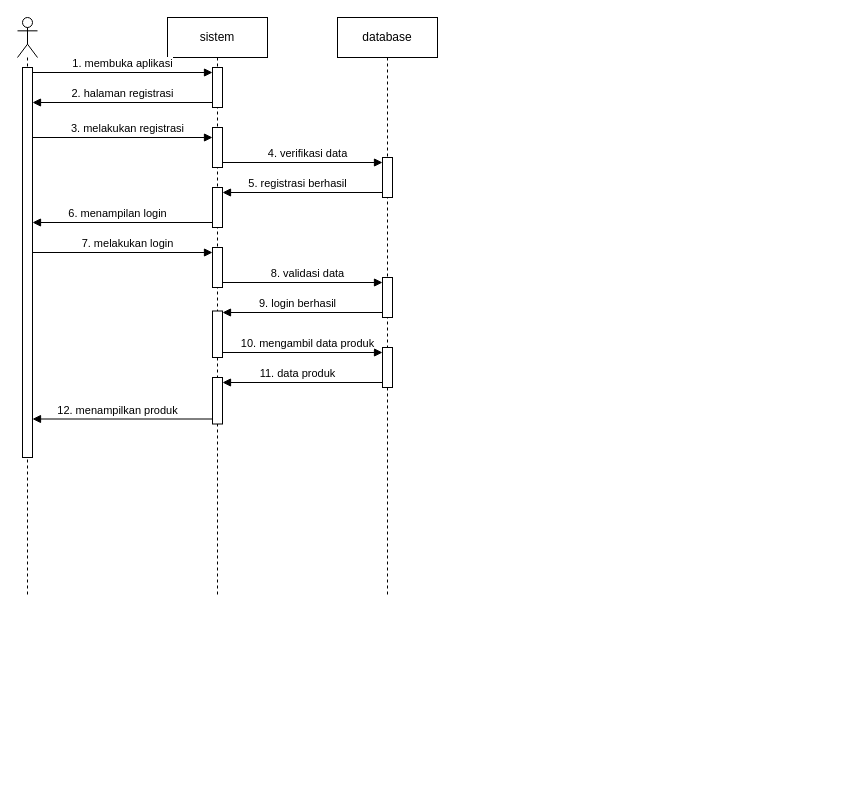
Above: Sequence-Diagram-Ecommerce-Elektronik.drawio in zerocode0806/Flowchart-E-Comerce-Elektronik (draw.io), before the change. Source tidied: cells renumbered, new cells numbered last; positions are measured from the earlier drawing's top-left corner, leaving out a move shared by most shapes. Both pictures are drawn from the tidied source at 100%, with x=0, y=0 at pixel (17, 17).
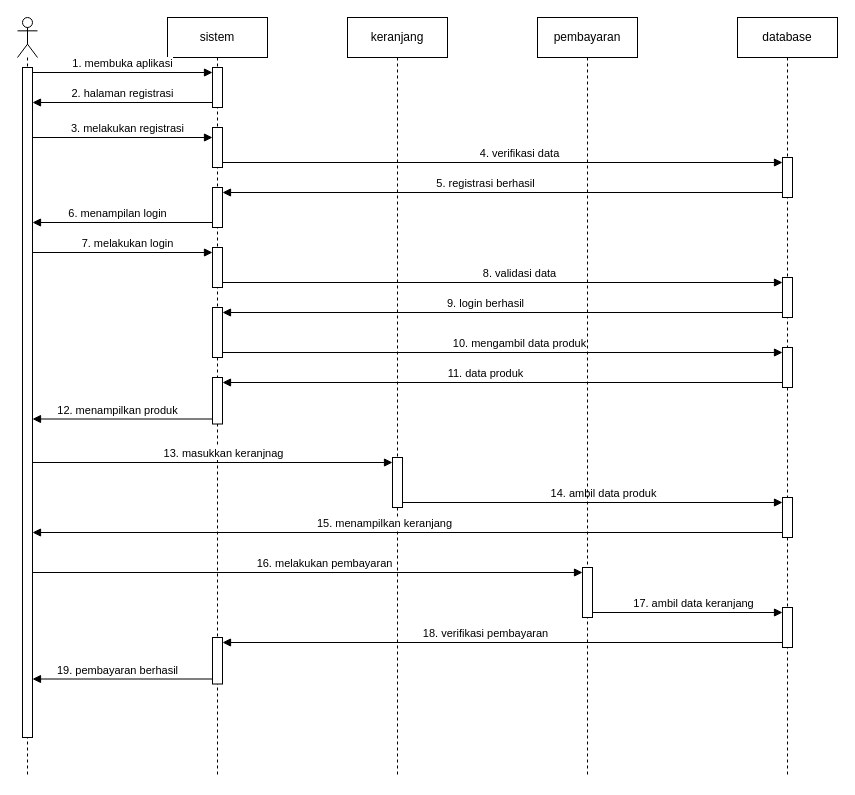
The same page after the edit.

Unchanged cells that the change refers to:
```xml
<mxCell id="7" style="html=1;points=[[0,0,0,0,5],[0,1,0,0,-5],[1,0,0,0,5],[1,1,0,0,-5]];perimeter=orthogonalPerimeter;outlineConnect=0;targetShapes=umlLifeline;portConstraint=eastwest;newEdgeStyle={&quot;curved&quot;:0,&quot;rounded&quot;:0};" parent="2" vertex="1">
  <mxGeometry x="45" y="230" width="10" height="40" as="geometry" />
</mxCell>
<mxCell id="9" style="html=1;points=[[0,0,0,0,5],[0,1,0,0,-5],[1,0,0,0,5],[1,1,0,0,-5]];perimeter=orthogonalPerimeter;outlineConnect=0;targetShapes=umlLifeline;portConstraint=eastwest;newEdgeStyle={&quot;curved&quot;:0,&quot;rounded&quot;:0};" parent="2" vertex="1">
  <mxGeometry x="45" y="360" width="10" height="46.5" as="geometry" />
</mxCell>
<mxCell id="16" style="html=1;points=[[0,0,0,0,5],[0,1,0,0,-5],[1,0,0,0,5],[1,1,0,0,-5]];perimeter=orthogonalPerimeter;outlineConnect=0;targetShapes=umlLifeline;portConstraint=eastwest;newEdgeStyle={&quot;curved&quot;:0,&quot;rounded&quot;:0};" parent="14" vertex="1">
  <mxGeometry x="45" y="260" width="10" height="40" as="geometry" />
</mxCell>
<mxCell id="19" style="html=1;points=[[0,0,0,0,5],[0,1,0,0,-5],[1,0,0,0,5],[1,1,0,0,-5]];perimeter=orthogonalPerimeter;outlineConnect=0;targetShapes=umlLifeline;portConstraint=eastwest;newEdgeStyle={&quot;curved&quot;:0,&quot;rounded&quot;:0};" parent="14" vertex="1">
  <mxGeometry x="45" y="330" width="10" height="40" as="geometry" />
</mxCell>
```

Change to the diagram source:
```diff
@@
     <mxCell id="2" value="sistem" style="shape=umlLifeline;perimeter=lifelinePerimeter;whiteSpace=wrap;html=1;newEdgeStyle={&quot;curved&quot;:0,&quot;rounded&quot;:0};" parent="1" vertex="1">
-      <mxGeometry x="150" width="100" height="580" as="geometry" />
+      <mxGeometry x="150" width="100" height="760" as="geometry" />
     </mxCell>
@@
     <mxCell id="8" style="html=1;points=[[0,0,0,0,5],[0,1,0,0,-5],[1,0,0,0,5],[1,1,0,0,-5]];perimeter=orthogonalPerimeter;outlineConnect=0;targetShapes=umlLifeline;portConstraint=eastwest;newEdgeStyle={&quot;curved&quot;:0,&quot;rounded&quot;:0};" parent="2" vertex="1">
-      <mxGeometry x="45" y="293.5" width="10" height="46.5" as="geometry" />
+      <mxGeometry x="45" y="290" width="10" height="50" as="geometry" />
     </mxCell>
@@
+    <mxCell id="27" style="html=1;points=[[0,0,0,0,5],[0,1,0,0,-5],[1,0,0,0,5],[1,1,0,0,-5]];perimeter=orthogonalPerimeter;outlineConnect=0;targetShapes=umlLifeline;portConstraint=eastwest;newEdgeStyle={&quot;curved&quot;:0,&quot;rounded&quot;:0};" parent="2" vertex="1">
+      <mxGeometry x="45" y="620" width="10" height="46.5" as="geometry" />
+    </mxCell>
     <mxCell id="10" style="shape=umlLifeline;perimeter=lifelinePerimeter;whiteSpace=wrap;html=1;newEdgeStyle={&quot;curved&quot;:0,&quot;rounded&quot;:0};participant=umlActor;" parent="1" vertex="1">
-      <mxGeometry width="20" height="580" as="geometry" />
+      <mxGeometry width="20" height="760" as="geometry" />
     </mxCell>
     <mxCell id="11" style="html=1;points=[[0,0,0,0,5],[0,1,0,0,-5],[1,0,0,0,5],[1,1,0,0,-5]];perimeter=orthogonalPerimeter;outlineConnect=0;targetShapes=umlLifeline;portConstraint=eastwest;newEdgeStyle={&quot;curved&quot;:0,&quot;rounded&quot;:0};" parent="10" vertex="1">
-      <mxGeometry x="5" y="50" width="10" height="390" as="geometry" />
+      <mxGeometry x="5" y="50" width="10" height="670" as="geometry" />
     </mxCell>
@@
     <mxCell id="14" value="database" style="shape=umlLifeline;perimeter=lifelinePerimeter;whiteSpace=wrap;html=1;newEdgeStyle={&quot;curved&quot;:0,&quot;rounded&quot;:0};" parent="1" vertex="1">
-      <mxGeometry x="320" width="100" height="580" as="geometry" />
+      <mxGeometry x="720" width="100" height="760" as="geometry" />
     </mxCell>
@@
-    <mxCell id="17" value="8. validasi data" style="html=1;verticalAlign=bottom;endArrow=block;curved=0;rounded=0;entryX=0;entryY=0;entryDx=0;entryDy=5;entryPerimeter=0;exitX=1;exitY=1;exitDx=0;exitDy=-5;exitPerimeter=0;" parent="14" edge="1" target="16">
-      <mxGeometry x="0.06" relative="1" as="geometry">
-        <mxPoint x="-115" y="265" as="sourcePoint" />
-      </mxGeometry>
-    </mxCell>
-    <mxCell id="18" value="9. login berhasil" style="html=1;verticalAlign=bottom;endArrow=block;curved=0;rounded=0;entryX=1;entryY=0;entryDx=0;entryDy=5;entryPerimeter=0;exitX=0;exitY=1;exitDx=0;exitDy=-5;exitPerimeter=0;" parent="14" edge="1" source="16">
-      <mxGeometry x="0.06" relative="1" as="geometry">
-        <mxPoint x="-115" y="295" as="targetPoint" />
-      </mxGeometry>
-    </mxCell>
@@
+    <mxCell id="28" style="html=1;points=[[0,0,0,0,5],[0,1,0,0,-5],[1,0,0,0,5],[1,1,0,0,-5]];perimeter=orthogonalPerimeter;outlineConnect=0;targetShapes=umlLifeline;portConstraint=eastwest;newEdgeStyle={&quot;curved&quot;:0,&quot;rounded&quot;:0};" parent="14" vertex="1">
+      <mxGeometry x="45" y="480" width="10" height="40" as="geometry" />
+    </mxCell>
+    <mxCell id="29" style="html=1;points=[[0,0,0,0,5],[0,1,0,0,-5],[1,0,0,0,5],[1,1,0,0,-5]];perimeter=orthogonalPerimeter;outlineConnect=0;targetShapes=umlLifeline;portConstraint=eastwest;newEdgeStyle={&quot;curved&quot;:0,&quot;rounded&quot;:0};" parent="14" vertex="1">
+      <mxGeometry x="45" y="590" width="10" height="40" as="geometry" />
+    </mxCell>
@@
-    <mxCell id="25" value="11. data produk" style="html=1;verticalAlign=bottom;endArrow=block;curved=0;rounded=0;exitX=0;exitY=1;exitDx=0;exitDy=-5;exitPerimeter=0;" parent="1" edge="1" source="19" target="9">
+    <mxCell id="25" value="11. data produk" style="html=1;verticalAlign=bottom;endArrow=block;curved=0;rounded=0;exitX=0;exitY=1;exitDx=0;exitDy=-5;exitPerimeter=0;entryX=1;entryY=0;entryDx=0;entryDy=5;entryPerimeter=0;" parent="1" edge="1" source="19" target="9">
       <mxGeometry x="0.06" relative="1" as="geometry" />
     </mxCell>
@@
+    <mxCell id="30" value="keranjang" style="shape=umlLifeline;perimeter=lifelinePerimeter;whiteSpace=wrap;html=1;newEdgeStyle={&quot;curved&quot;:0,&quot;rounded&quot;:0};" parent="1" vertex="1">
+      <mxGeometry x="330" width="100" height="760" as="geometry" />
+    </mxCell>
+    <mxCell id="31" style="html=1;points=[[0,0,0,0,5],[0,1,0,0,-5],[1,0,0,0,5],[1,1,0,0,-5]];perimeter=orthogonalPerimeter;outlineConnect=0;targetShapes=umlLifeline;portConstraint=eastwest;newEdgeStyle={&quot;curved&quot;:0,&quot;rounded&quot;:0};" parent="30" vertex="1">
+      <mxGeometry x="45" y="440" width="10" height="50" as="geometry" />
+    </mxCell>
+    <mxCell id="32" value="13. masukkan keranjnag" style="html=1;verticalAlign=bottom;endArrow=block;curved=0;rounded=0;entryX=0;entryY=0;entryDx=0;entryDy=5;entryPerimeter=0;" parent="1" edge="1" source="11" target="31">
+      <mxGeometry x="0.06" relative="1" as="geometry" />
+    </mxCell>
+    <mxCell id="33" value="14. ambil data produk" style="html=1;verticalAlign=bottom;endArrow=block;curved=0;rounded=0;exitX=1;exitY=1;exitDx=0;exitDy=-5;exitPerimeter=0;entryX=0;entryY=0;entryDx=0;entryDy=5;entryPerimeter=0;" parent="1" edge="1" source="31" target="28">
+      <mxGeometry x="0.06" relative="1" as="geometry" />
+    </mxCell>
+    <mxCell id="17" value="8. validasi data" style="html=1;verticalAlign=bottom;endArrow=block;curved=0;rounded=0;entryX=0;entryY=0;entryDx=0;entryDy=5;entryPerimeter=0;exitX=1;exitY=1;exitDx=0;exitDy=-5;exitPerimeter=0;" parent="1" edge="1" source="7" target="16">
+      <mxGeometry x="0.06" relative="1" as="geometry" />
+    </mxCell>
+    <mxCell id="18" value="9. login berhasil" style="html=1;verticalAlign=bottom;endArrow=block;curved=0;rounded=0;entryX=1;entryY=0;entryDx=0;entryDy=5;entryPerimeter=0;exitX=0;exitY=1;exitDx=0;exitDy=-5;exitPerimeter=0;" parent="1" edge="1" source="16" target="8">
+      <mxGeometry x="0.06" relative="1" as="geometry" />
+    </mxCell>
+    <mxCell id="34" value="15. menampilkan keranjang" style="html=1;verticalAlign=bottom;endArrow=block;curved=0;rounded=0;exitX=0;exitY=1;exitDx=0;exitDy=-5;exitPerimeter=0;" parent="1" edge="1" source="28" target="11">
+      <mxGeometry x="0.06" relative="1" as="geometry" />
+    </mxCell>
+    <mxCell id="35" value="pembayaran" style="shape=umlLifeline;perimeter=lifelinePerimeter;whiteSpace=wrap;html=1;newEdgeStyle={&quot;curved&quot;:0,&quot;rounded&quot;:0};" parent="1" vertex="1">
+      <mxGeometry x="520" width="100" height="760" as="geometry" />
+    </mxCell>
+    <mxCell id="36" style="html=1;points=[[0,0,0,0,5],[0,1,0,0,-5],[1,0,0,0,5],[1,1,0,0,-5]];perimeter=orthogonalPerimeter;outlineConnect=0;targetShapes=umlLifeline;portConstraint=eastwest;newEdgeStyle={&quot;curved&quot;:0,&quot;rounded&quot;:0};" parent="35" vertex="1">
+      <mxGeometry x="45" y="550" width="10" height="50" as="geometry" />
+    </mxCell>
+    <mxCell id="37" value="16. melakukan pembayaran" style="html=1;verticalAlign=bottom;endArrow=block;curved=0;rounded=0;entryX=0;entryY=0;entryDx=0;entryDy=5;entryPerimeter=0;" parent="1" edge="1" source="11" target="36">
+      <mxGeometry x="0.06" relative="1" as="geometry" />
+    </mxCell>
+    <mxCell id="38" value="17. ambil data keranjang" style="html=1;verticalAlign=bottom;endArrow=block;curved=0;rounded=0;exitX=1;exitY=1;exitDx=0;exitDy=-5;exitPerimeter=0;entryX=0;entryY=0;entryDx=0;entryDy=5;entryPerimeter=0;" parent="1" edge="1" source="36" target="29">
+      <mxGeometry x="0.06" relative="1" as="geometry" />
+    </mxCell>
+    <mxCell id="39" value="18. verifikasi pembayaran" style="html=1;verticalAlign=bottom;endArrow=block;curved=0;rounded=0;exitX=0;exitY=1;exitDx=0;exitDy=-5;exitPerimeter=0;entryX=1;entryY=0;entryDx=0;entryDy=5;entryPerimeter=0;" parent="1" edge="1" source="29" target="27">
+      <mxGeometry x="0.06" relative="1" as="geometry" />
+    </mxCell>
+    <mxCell id="40" value="19. pembayaran berhasil" style="html=1;verticalAlign=bottom;endArrow=block;curved=0;rounded=0;exitX=0;exitY=1;exitDx=0;exitDy=-5;exitPerimeter=0;" parent="1" edge="1" source="27" target="11">
+      <mxGeometry x="0.06" relative="1" as="geometry" />
+    </mxCell>
```
